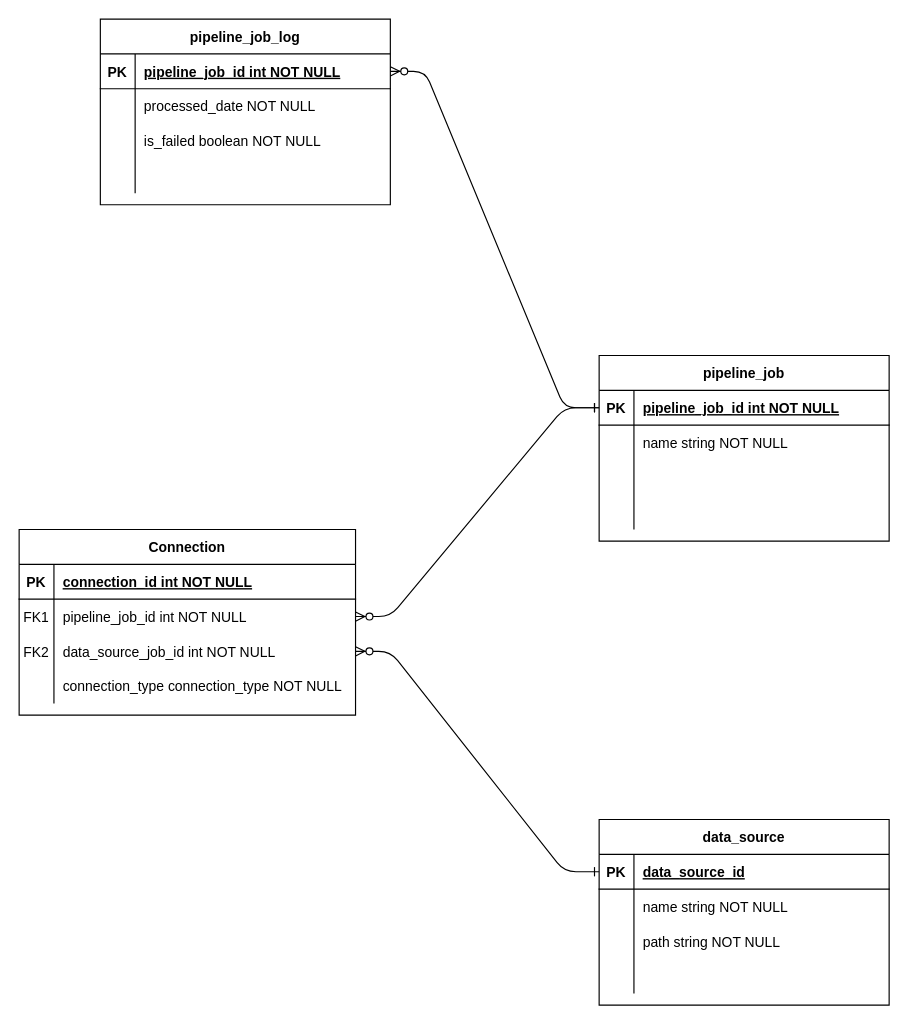
The draw.io diagram docs/monitoring-pipeline-db.drawio in ryblovAV/PipelineMonitoring, before the edit. Source tidied: cells renumbered, new cells numbered last; positions are measured from the earlier drawing's top-left corner, leaving out a move shared by most shapes. Both pictures are drawn from the tidied source at 116%, with x=0, y=0 at pixel (19, 19).
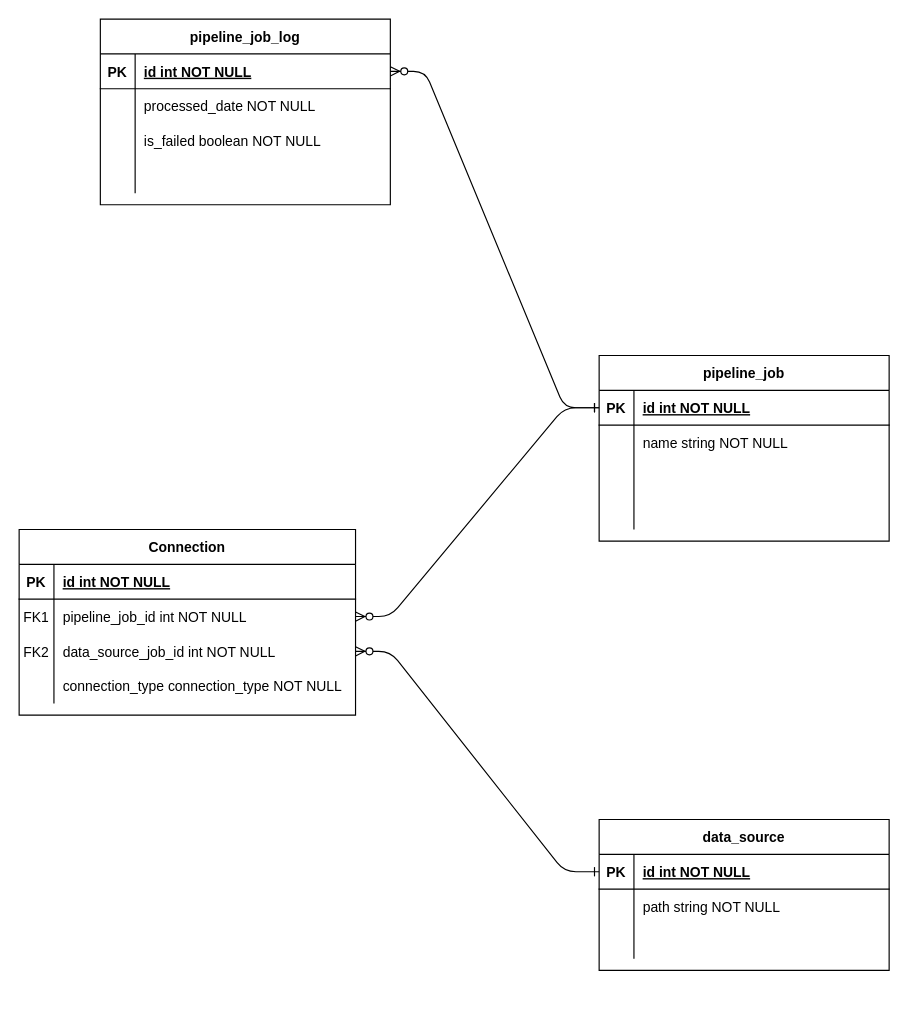
The same diagram, later.

The change refers to these unchanged cells:
```xml
<mxCell id="4" style="shape=partialRectangle;fillColor=none;points=[[0,0.5],[1,0.5]];portConstraint=eastwest;top=0;left=0;right=0;bottom=1;" parent="3" vertex="1">
  <mxGeometry y="30" width="250" height="30" as="geometry" />
</mxCell>
<mxCell id="17" style="shape=partialRectangle;fillColor=none;top=0;left=0;right=0;bottom=1;" parent="16" vertex="1">
  <mxGeometry y="30" width="290" height="30" as="geometry" />
</mxCell>
<mxCell id="30" style="shape=partialRectangle;fillColor=none;points=[[0,0.5],[1,0.5]];portConstraint=eastwest;top=0;left=0;right=0;bottom=1;" parent="29" vertex="1">
  <mxGeometry y="30" width="250" height="30" as="geometry" />
</mxCell>
<mxCell id="44" style="shape=partialRectangle;fillColor=none;points=[[0,0.5],[1,0.5]];portConstraint=eastwest;top=0;left=0;right=0;bottom=1;" parent="43" vertex="1">
  <mxGeometry y="30" width="250" height="30" as="geometry" />
</mxCell>
```

What changed in the source:
```diff
@@
-    <mxCell id="6" value="pipeline_job_id int NOT NULL " style="shape=partialRectangle;overflow=hidden;fillColor=none;top=0;left=0;bottom=0;right=0;align=left;spacingLeft=6;fontStyle=5;" parent="4" vertex="1">
+    <mxCell id="6" value="id int NOT NULL " style="shape=partialRectangle;overflow=hidden;fillColor=none;top=0;left=0;bottom=0;right=0;align=left;spacingLeft=6;fontStyle=5;" parent="4" vertex="1">
       <mxGeometry x="30" width="220" height="30" as="geometry" />
     </mxCell>
@@
-    <mxCell id="19" value="connection_id int NOT NULL " style="shape=partialRectangle;overflow=hidden;fillColor=none;top=0;left=0;bottom=0;right=0;align=left;spacingLeft=6;fontStyle=5;" parent="17" vertex="1">
+    <mxCell id="19" value="id int NOT NULL " style="shape=partialRectangle;overflow=hidden;fillColor=none;top=0;left=0;bottom=0;right=0;align=left;spacingLeft=6;fontStyle=5;" parent="17" vertex="1">
       <mxGeometry x="30" width="260" height="30" as="geometry" />
     </mxCell>
@@
     <mxCell id="29" value="data_source" style="shape=table;startSize=30;childLayout=tableLayout;rowLines=0;fontStyle=1;align=center;" parent="1" vertex="1">
-      <mxGeometry x="500" y="690" width="250" height="160" as="geometry" />
+      <mxGeometry x="500" y="690" width="250" height="130" as="geometry" />
     </mxCell>
@@
-    <mxCell id="32" value="data_source_id" style="shape=partialRectangle;overflow=hidden;fillColor=none;top=0;left=0;bottom=0;right=0;align=left;spacingLeft=6;fontStyle=5;" parent="30" vertex="1">
+    <mxCell id="32" value="id int NOT NULL" style="shape=partialRectangle;overflow=hidden;fillColor=none;top=0;left=0;bottom=0;right=0;align=left;spacingLeft=6;fontStyle=5;" parent="30" vertex="1">
       <mxGeometry x="30" width="220" height="30" as="geometry" />
     </mxCell>
-    <mxCell id="33" style="shape=partialRectangle;fillColor=none;top=0;left=0;right=0;bottom=0;" parent="29" vertex="1">
-      <mxGeometry y="60" width="250" height="30" as="geometry" />
-    </mxCell>
-    <mxCell id="34" style="shape=partialRectangle;overflow=hidden;fillColor=none;top=0;left=0;bottom=0;right=0;" parent="33" vertex="1">
-      <mxGeometry width="30" height="30" as="geometry" />
-    </mxCell>
-    <mxCell id="35" value="name string NOT NULL" style="shape=partialRectangle;overflow=hidden;fillColor=none;top=0;left=0;bottom=0;right=0;align=left;spacingLeft=6;" parent="33" vertex="1">
-      <mxGeometry x="30" width="220" height="30" as="geometry" />
-    </mxCell>
     <mxCell id="36" style="shape=partialRectangle;fillColor=none;top=0;left=0;right=0;bottom=0;" parent="29" vertex="1">
-      <mxGeometry y="90" width="250" height="30" as="geometry" />
+      <mxGeometry y="60" width="250" height="30" as="geometry" />
     </mxCell>
@@
     <mxCell id="39" style="shape=partialRectangle;fillColor=none;top=0;left=0;right=0;bottom=0;" parent="29" vertex="1">
-      <mxGeometry y="120" width="250" height="30" as="geometry" />
+      <mxGeometry y="90" width="250" height="30" as="geometry" />
     </mxCell>
@@
-    <mxCell id="46" value="pipeline_job_id int NOT NULL " style="shape=partialRectangle;overflow=hidden;fillColor=none;top=0;left=0;bottom=0;right=0;align=left;spacingLeft=6;fontStyle=5;" parent="44" vertex="1">
+    <mxCell id="46" value="id int NOT NULL " style="shape=partialRectangle;overflow=hidden;fillColor=none;top=0;left=0;bottom=0;right=0;align=left;spacingLeft=6;fontStyle=5;" parent="44" vertex="1">
       <mxGeometry x="30" width="220" height="30" as="geometry" />
     </mxCell>
```
